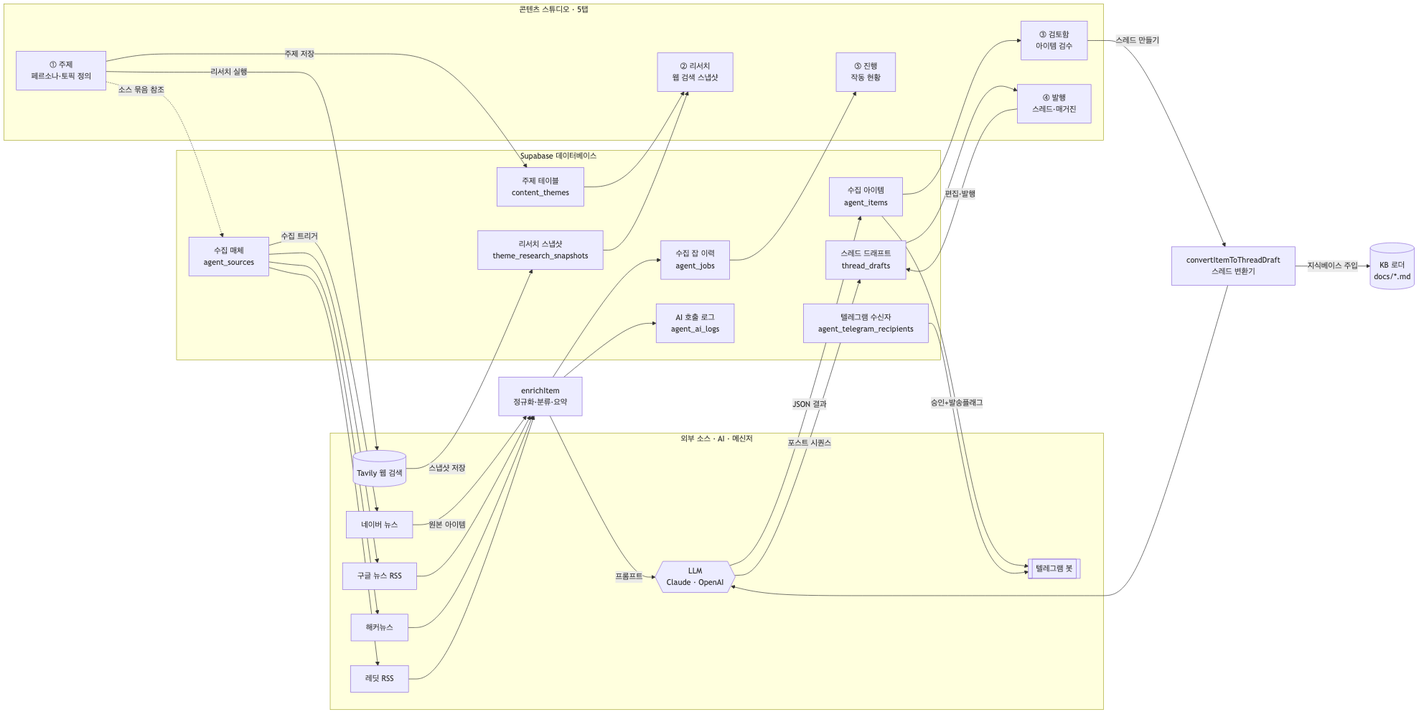
This is docs/diagrams/01-overview.png from giveneeds/give-randing, a Mermaid export, as it was before one commit. Its source is kept beside it as docs/diagrams/01-overview.mmd. Its diagram source:
```mermaid
flowchart LR
  subgraph EXT[외부 소스 · AI · 메신저]
    NAVER[네이버 뉴스]
    GOOG[구글 뉴스 RSS]
    HN[해커뉴스]
    REDDIT[레딧 RSS]
    TAVILY[(Tavily 웹 검색)]
    LLM{{LLM<br/>Claude · OpenAI}}
    TG[[텔레그램 봇]]
  end

  subgraph CS[콘텐츠 스튜디오 · 5탭]
    T1[① 주제<br/>페르소나·토픽 정의]
    T2[② 리서치<br/>웹 검색 스냅샷]
    T3[③ 검토함<br/>아이템 검수]
    T4[④ 발행<br/>스레드·매거진]
    T5[⑤ 진행<br/>작동 현황]
  end

  subgraph DB[Supabase 데이터베이스]
    DBT[주제 테이블<br/>content_themes]
    DBS[리서치 스냅샷<br/>theme_research_snapshots]
    DBJ[수집 잡 이력<br/>agent_jobs]
    DBI[수집 아이템<br/>agent_items]
    DBD[스레드 드래프트<br/>thread_drafts]
    DBR[텔레그램 수신자<br/>agent_telegram_recipients]
    DBL[AI 호출 로그<br/>agent_ai_logs]
    DBSRC[수집 매체<br/>agent_sources]
  end

  T1 -->|주제 저장| DBT
  T1 -->|리서치 실행| TAVILY
  TAVILY -->|스냅샷 저장| DBS
  DBT --> T2
  DBS --> T2

  T1 -.->|소스 묶음 참조| DBSRC
  DBSRC -->|수집 트리거| NAVER
  DBSRC --> GOOG
  DBSRC --> HN
  DBSRC --> REDDIT
  NAVER -->|원본 아이템| ENR[enrichItem<br/>정규화·분류·요약]
  GOOG --> ENR
  HN --> ENR
  REDDIT --> ENR
  ENR -->|프롬프트| LLM
  LLM -->|JSON 결과| DBI
  ENR --> DBJ
  DBJ --> T5
  ENR --> DBL

  DBI --> T3
  T3 -->|스레드 만들기| CONV[convertItemToThreadDraft<br/>스레드 변환기]
  CONV -->|지식베이스 주입| KB[(KB 로더<br/>docs/*.md)]
  CONV --> LLM
  LLM -->|포스트 시퀀스| DBD
  DBI -->|승인+발송플래그| TG
  DBR --> TG

  DBD --> T4
  T4 -->|편집·발행| DBD
```
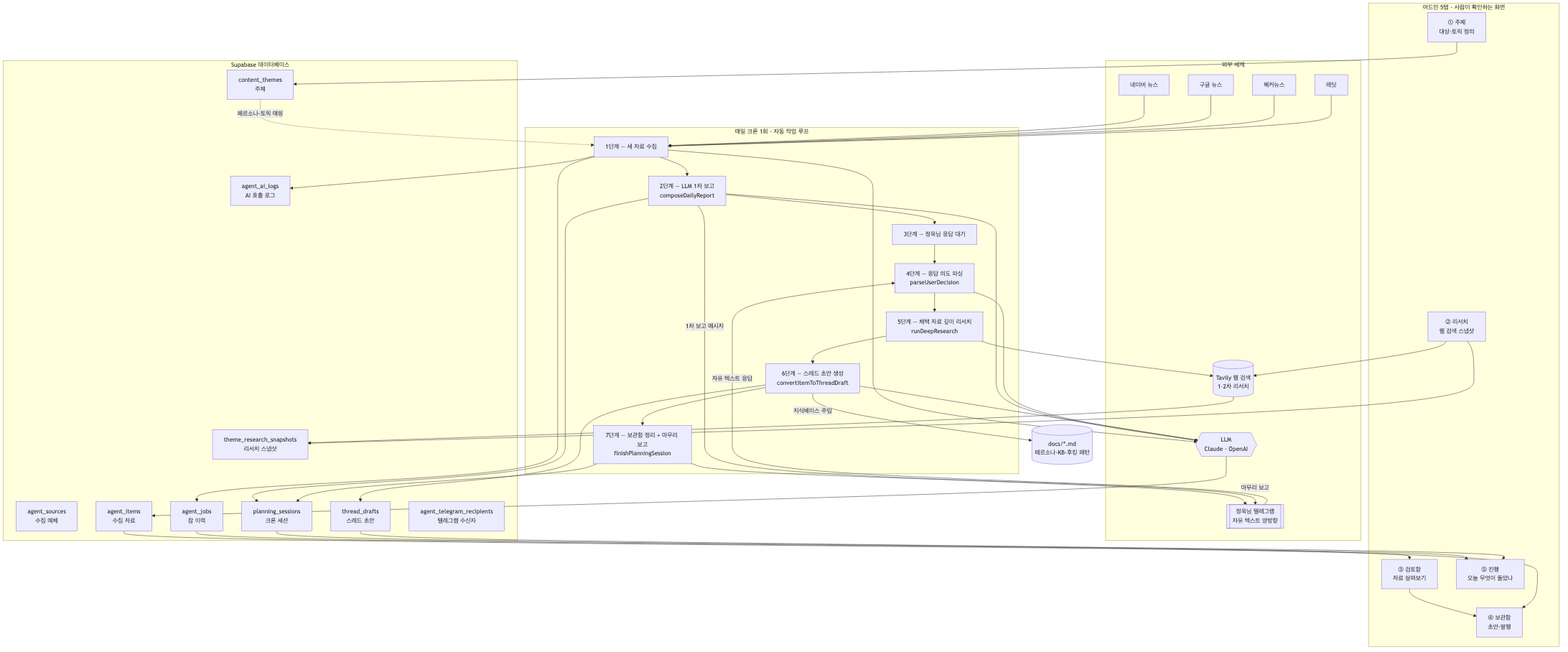
Later version of the same file.

Diff of the diagram source:
```diff
@@ -1,61 +1,72 @@
-flowchart LR
-  subgraph EXT[외부 소스 · AI · 메신저]
+flowchart TB
+  subgraph EXT[외부 세계]
     NAVER[네이버 뉴스]
-    GOOG[구글 뉴스 RSS]
+    GOOG[구글 뉴스]
     HN[해커뉴스]
-    REDDIT[레딧 RSS]
-    TAVILY[(Tavily 웹 검색)]
+    REDDIT[레딧]
+    TAVILY[(Tavily 웹 검색<br/>1·2차 리서치)]
     LLM{{LLM<br/>Claude · OpenAI}}
-    TG[[텔레그램 봇]]
+    TG[[정욱님 텔레그램<br/>자유 텍스트 양방향]]
   end
 
-  subgraph CS[콘텐츠 스튜디오 · 5탭]
-    T1[① 주제<br/>페르소나·토픽 정의]
+  subgraph CRON[매일 크론 1회 · 자동 작업 루프]
+    direction TB
+    C1[1단계 — 새 자료 수집] --> C2[2단계 — LLM 1차 보고<br/>composeDailyReport]
+    C2 --> C3[3단계 — 정욱님 응답 대기]
+    C3 --> C4[4단계 — 응답 의도 파싱<br/>parseUserDecision]
+    C4 --> C5[5단계 — 채택 자료 깊이 리서치<br/>runDeepResearch]
+    C5 --> C6[6단계 — 스레드 초안 생성<br/>convertItemToThreadDraft]
+    C6 --> C7[7단계 — 보관함 정리 + 마무리 보고<br/>finishPlanningSession]
+  end
+
+  subgraph CS[어드민 5탭 · 사람이 확인하는 화면]
+    T1[① 주제<br/>대상·토픽 정의]
     T2[② 리서치<br/>웹 검색 스냅샷]
-    T3[③ 검토함<br/>아이템 검수]
-    T4[④ 발행<br/>스레드·매거진]
-    T5[⑤ 진행<br/>작동 현황]
+    T3[③ 검토함<br/>자료 살펴보기]
+    T4[④ 보관함<br/>초안·발행]
+    T5[⑤ 진행<br/>오늘 무엇이 돌았나]
   end
 
   subgraph DB[Supabase 데이터베이스]
-    DBT[주제 테이블<br/>content_themes]
-    DBS[리서치 스냅샷<br/>theme_research_snapshots]
-    DBJ[수집 잡 이력<br/>agent_jobs]
-    DBI[수집 아이템<br/>agent_items]
-    DBD[스레드 드래프트<br/>thread_drafts]
-    DBR[텔레그램 수신자<br/>agent_telegram_recipients]
-    DBL[AI 호출 로그<br/>agent_ai_logs]
-    DBSRC[수집 매체<br/>agent_sources]
+    DBT[content_themes<br/>주제]
+    DBSRC[agent_sources<br/>수집 매체]
+    DBS[theme_research_snapshots<br/>리서치 스냅샷]
+    DBJ[agent_jobs<br/>잡 이력]
+    DBI[agent_items<br/>수집 자료]
+    DBP[planning_sessions<br/>크론 세션]
+    DBD[thread_drafts<br/>스레드 초안]
+    DBR[agent_telegram_recipients<br/>텔레그램 수신자]
+    DBL[agent_ai_logs<br/>AI 호출 로그]
   end
 
-  T1 -->|주제 저장| DBT
-  T1 -->|리서치 실행| TAVILY
-  TAVILY -->|스냅샷 저장| DBS
-  DBT --> T2
-  DBS --> T2
+  NAVER --> C1
+  GOOG --> C1
+  HN --> C1
+  REDDIT --> C1
+  C1 --> LLM
+  LLM --> DBI
+  C1 --> DBJ
+  C1 --> DBL
+  DBT -.->|페르소나·토픽 매핑| C1
 
-  T1 -.->|소스 묶음 참조| DBSRC
-  DBSRC -->|수집 트리거| NAVER
-  DBSRC --> GOOG
-  DBSRC --> HN
-  DBSRC --> REDDIT
-  NAVER -->|원본 아이템| ENR[enrichItem<br/>정규화·분류·요약]
-  GOOG --> ENR
-  HN --> ENR
-  REDDIT --> ENR
-  ENR -->|프롬프트| LLM
-  LLM -->|JSON 결과| DBI
-  ENR --> DBJ
+  C2 --> LLM
+  C2 --> DBP
+  C2 -->|1차 보고 메시지| TG
+  TG -->|자유 텍스트 응답| C4
+  C4 --> LLM
+  C5 --> TAVILY
+  C6 --> LLM
+  C6 -->|지식베이스 주입| KB[(docs/*.md<br/>페르소나·KB·후킹 패턴)]
+  C6 --> DBD
+  C7 -->|마무리 보고| TG
+  C7 --> DBP
+
+  T1 --> DBT
+  T2 --> TAVILY
+  TAVILY --> DBS
+  T2 --> DBS
+  DBI --> T3
+  T3 --> T4
+  DBD --> T4
   DBJ --> T5
-  ENR --> DBL
-
-  DBI --> T3
-  T3 -->|스레드 만들기| CONV[convertItemToThreadDraft<br/>스레드 변환기]
-  CONV -->|지식베이스 주입| KB[(KB 로더<br/>docs/*.md)]
-  CONV --> LLM
-  LLM -->|포스트 시퀀스| DBD
-  DBI -->|승인+발송플래그| TG
-  DBR --> TG
-
-  DBD --> T4
-  T4 -->|편집·발행| DBD
+  DBP --> T5
```
